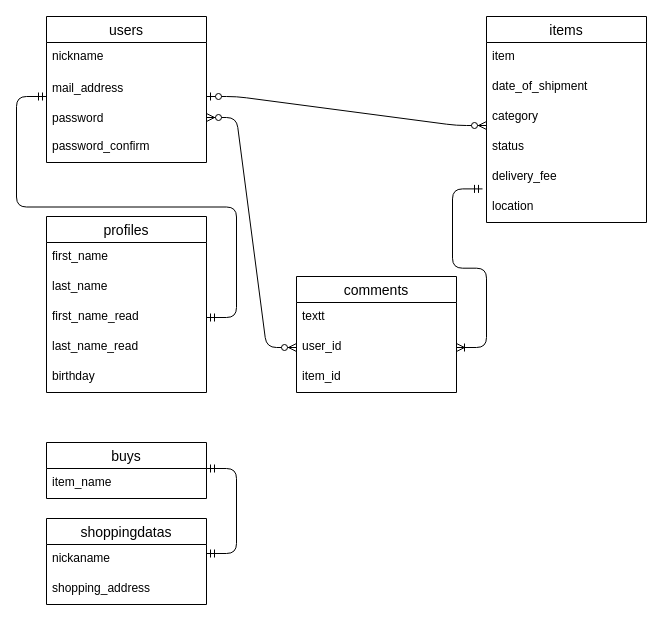
tomohito0358/furima-31502 keeps this draw.io diagram as test.dio. Above is the earlier version. Source tidied: cells renumbered, new cells numbered last; positions are measured from the earlier drawing's top-left corner, leaving out a move shared by most shapes. Both pictures are drawn from the tidied source at 100%, with x=0, y=0 at pixel (46, 16).
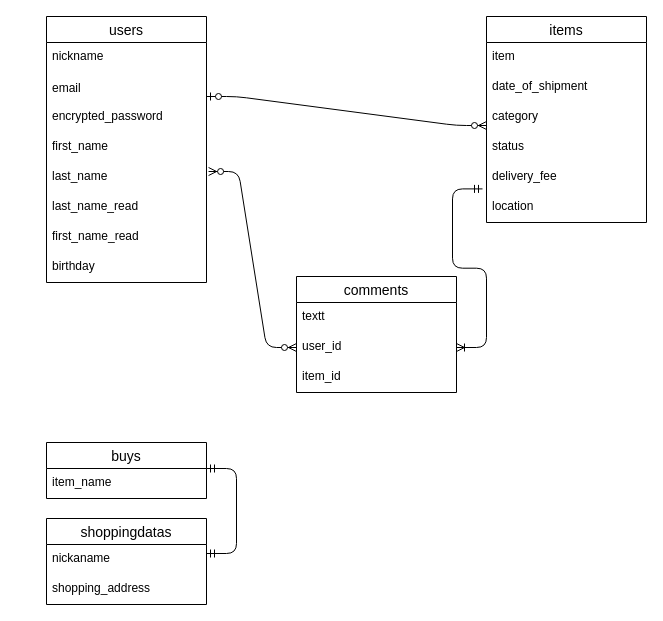
After the change.

Commit message (it also covers changes not shown here):
テーブル修正

The change refers to these unchanged cells:
```xml
<mxCell id="24" value="user_id" style="text;strokeColor=none;fillColor=none;spacingLeft=4;spacingRight=4;overflow=hidden;points=[[0,0.5],[1,0.5]];portConstraint=eastwest;fontSize=12;" parent="22" vertex="1">
  <mxGeometry y="56" width="160" height="30" as="geometry" />
</mxCell>
```

Diff of the diagram source:
```diff
@@
-    <mxCell id="4" value="profiles" style="swimlane;fontStyle=0;horizontal=1;startSize=26;align=center;fontSize=14;" parent="1" vertex="1">
-      <mxGeometry y="200" width="160" height="176" as="geometry" />
-    </mxCell>
-    <mxCell id="5" value="first_name" style="text;strokeColor=none;fillColor=none;spacingLeft=4;spacingRight=4;overflow=hidden;fontSize=12;" parent="4" vertex="1">
-      <mxGeometry y="26" width="160" height="30" as="geometry" />
-    </mxCell>
-    <mxCell id="6" value="last_name" style="text;strokeColor=none;fillColor=none;spacingLeft=4;spacingRight=4;overflow=hidden;points=[[0,0.5],[1,0.5]];portConstraint=eastwest;fontSize=12;" parent="4" vertex="1">
-      <mxGeometry y="56" width="160" height="30" as="geometry" />
-    </mxCell>
-    <mxCell id="7" value="first_name_read" style="text;strokeColor=none;fillColor=none;spacingLeft=4;spacingRight=4;overflow=hidden;points=[[0,0.5],[1,0.5]];portConstraint=eastwest;fontSize=12;" parent="4" vertex="1">
-      <mxGeometry y="86" width="160" height="30" as="geometry" />
-    </mxCell>
-    <mxCell id="8" value="last_name_read" style="text;strokeColor=none;fillColor=none;spacingLeft=4;spacingRight=4;overflow=hidden;fontSize=12;" parent="4" vertex="1">
-      <mxGeometry y="116" width="160" height="30" as="geometry" />
-    </mxCell>
-    <mxCell id="9" value="birthday&#10;" style="text;strokeColor=none;fillColor=none;spacingLeft=4;spacingRight=4;overflow=hidden;fontSize=12;" parent="4" vertex="1">
-      <mxGeometry y="146" width="160" height="30" as="geometry" />
-    </mxCell>
     <mxCell id="10" value="users" style="swimlane;fontStyle=0;horizontal=1;startSize=26;align=center;fontSize=14;" parent="1" vertex="1">
-      <mxGeometry width="160" height="146" as="geometry" />
+      <mxGeometry width="160" height="266" as="geometry" />
     </mxCell>
@@
-    <mxCell id="12" value="mail_address" style="text;strokeColor=none;fillColor=none;spacingLeft=4;spacingRight=4;overflow=hidden;fontSize=12;verticalAlign=middle;" parent="10" vertex="1">
+    <mxCell id="12" value="email" style="text;strokeColor=none;fillColor=none;spacingLeft=4;spacingRight=4;overflow=hidden;fontSize=12;verticalAlign=middle;" parent="10" vertex="1">
       <mxGeometry y="56" width="160" height="30" as="geometry" />
     </mxCell>
-    <mxCell id="13" value="password" style="text;strokeColor=none;fillColor=none;spacingLeft=4;spacingRight=4;overflow=hidden;points=[[0,0.5],[1,0.5]];portConstraint=eastwest;fontSize=12;verticalAlign=middle;" parent="10" vertex="1">
-      <mxGeometry y="86" width="160" height="30" as="geometry" />
-    </mxCell>
-    <mxCell id="14" value="password_confirm" style="text;strokeColor=none;fillColor=none;spacingLeft=4;spacingRight=4;overflow=hidden;fontSize=12;" parent="10" vertex="1">
-      <mxGeometry y="116" width="160" height="30" as="geometry" />
+    <mxCell id="14" value="encrypted_password" style="text;strokeColor=none;fillColor=none;spacingLeft=4;spacingRight=4;overflow=hidden;fontSize=12;" parent="10" vertex="1">
+      <mxGeometry y="86" width="160" height="30" as="geometry" />
     </mxCell>
+    <mxCell id="5" value="first_name" style="text;strokeColor=none;fillColor=none;spacingLeft=4;spacingRight=4;overflow=hidden;fontSize=12;" parent="10" vertex="1">
+      <mxGeometry y="116" width="160" height="30" as="geometry" />
+    </mxCell>
+    <mxCell id="6" value="last_name" style="text;strokeColor=none;fillColor=none;spacingLeft=4;spacingRight=4;overflow=hidden;points=[[0,0.5],[1,0.5]];portConstraint=eastwest;fontSize=12;" parent="10" vertex="1">
+      <mxGeometry y="146" width="160" height="30" as="geometry" />
+    </mxCell>
+    <mxCell id="8" value="last_name_read" style="text;strokeColor=none;fillColor=none;spacingLeft=4;spacingRight=4;overflow=hidden;fontSize=12;" parent="10" vertex="1">
+      <mxGeometry y="176" width="160" height="30" as="geometry" />
+    </mxCell>
+    <mxCell id="7" value="first_name_read" style="text;strokeColor=none;fillColor=none;spacingLeft=4;spacingRight=4;overflow=hidden;points=[[0,0.5],[1,0.5]];portConstraint=eastwest;fontSize=12;" parent="10" vertex="1">
+      <mxGeometry y="206" width="160" height="30" as="geometry" />
+    </mxCell>
+    <mxCell id="9" value="birthday&#10;" style="text;strokeColor=none;fillColor=none;spacingLeft=4;spacingRight=4;overflow=hidden;fontSize=12;" parent="10" vertex="1">
+      <mxGeometry y="236" width="160" height="30" as="geometry" />
+    </mxCell>
@@
-    <mxCell id="30" style="edgeStyle=entityRelationEdgeStyle;fontSize=12;html=1;endArrow=ERzeroToMany;endFill=1;startArrow=ERzeroToMany;exitX=0;exitY=0.5;exitDx=0;exitDy=0;" parent="1" edge="1" source="24" target="13">
+    <mxCell id="30" style="edgeStyle=entityRelationEdgeStyle;fontSize=12;html=1;endArrow=ERzeroToMany;endFill=1;startArrow=ERzeroToMany;exitX=0;exitY=0.5;exitDx=0;exitDy=0;entryX=1.013;entryY=0.3;entryDx=0;entryDy=0;entryPerimeter=0;" parent="1" edge="1" source="24" target="6">
       <mxGeometry relative="1" as="geometry" />
     </mxCell>
@@
-    <mxCell id="32" style="edgeStyle=entityRelationEdgeStyle;fontSize=12;html=1;endArrow=ERmandOne;startArrow=ERmandOne;" parent="1" edge="1" source="7">
-      <mxGeometry relative="1" as="geometry">
-        <mxPoint y="80" as="targetPoint" />
-      </mxGeometry>
-    </mxCell>
```
